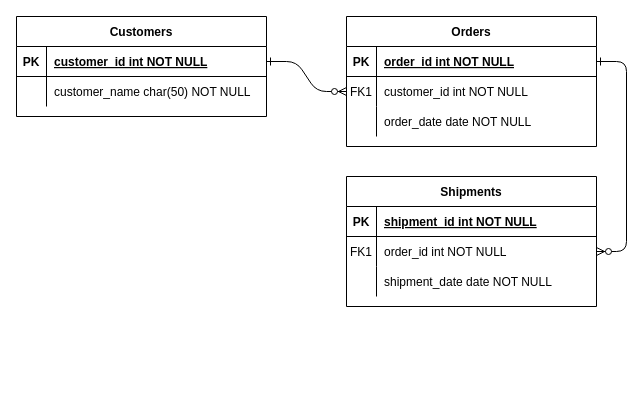
The draw.io diagram quizapp-erd-1st-draft.drawio in akshathakulkarni/QuizApp, before the edit. Source tidied: cells renumbered, new cells numbered last; positions are measured from the earlier drawing's top-left corner, leaving out a move shared by most shapes. Both pictures are drawn from the tidied source at 100%, with x=0, y=0 at pixel (16, 16).
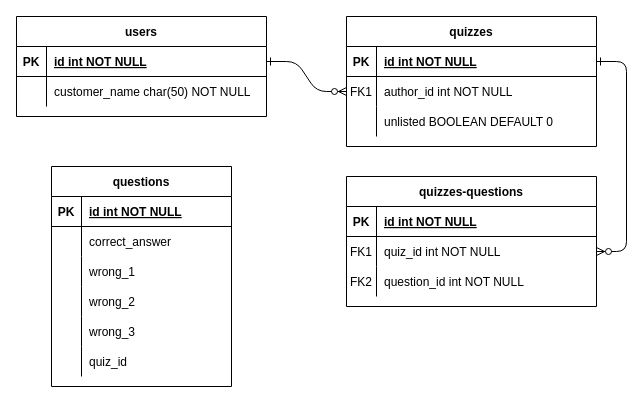
The same diagram, later.

The change refers to these unchanged cells:
```xml
<mxCell id="5" style="shape=partialRectangle;fillColor=none;points=[[0,0.5],[1,0.5]];portConstraint=eastwest;top=0;left=0;right=0;bottom=1;" parent="4" vertex="1">
  <mxGeometry y="30" width="250" height="30" as="geometry" />
</mxCell>
<mxCell id="8" style="shape=partialRectangle;fillColor=none;points=[[0,0.5],[1,0.5]];portConstraint=eastwest;top=0;left=0;right=0;bottom=0;" parent="4" vertex="1">
  <mxGeometry y="60" width="250" height="30" as="geometry" />
</mxCell>
<mxCell id="11" style="shape=partialRectangle;fillColor=none;top=0;left=0;right=0;bottom=0;" parent="4" vertex="1">
  <mxGeometry y="90" width="250" height="30" as="geometry" />
</mxCell>
<mxCell id="15" style="shape=partialRectangle;fillColor=none;top=0;left=0;right=0;bottom=1;" parent="14" vertex="1">
  <mxGeometry y="30" width="250" height="30" as="geometry" />
</mxCell>
<mxCell id="18" style="shape=partialRectangle;fillColor=none;points=[[0,0.5],[1,0.5]];portConstraint=eastwest;top=0;left=0;right=0;bottom=0;" parent="14" vertex="1">
  <mxGeometry y="60" width="250" height="30" as="geometry" />
</mxCell>
<mxCell id="21" style="shape=partialRectangle;fillColor=none;top=0;left=0;right=0;bottom=0;" parent="14" vertex="1">
  <mxGeometry y="90" width="250" height="30" as="geometry" />
</mxCell>
<mxCell id="25" style="shape=partialRectangle;fillColor=none;points=[[0,0.5],[1,0.5]];portConstraint=eastwest;top=0;left=0;right=0;bottom=1;" parent="24" vertex="1">
  <mxGeometry y="30" width="250" height="30" as="geometry" />
</mxCell>
```

What changed in the source:
```diff
@@
-    <mxCell id="4" value="Orders" style="shape=table;startSize=30;childLayout=tableLayout;rowLines=0;fontStyle=1;align=center;" parent="1" vertex="1">
+    <mxCell id="4" value="quizzes" style="shape=table;startSize=30;childLayout=tableLayout;rowLines=0;fontStyle=1;align=center;" parent="1" vertex="1">
       <mxGeometry x="330" width="250" height="130" as="geometry" />
     </mxCell>
@@
-    <mxCell id="7" value="order_id int NOT NULL " style="shape=partialRectangle;overflow=hidden;fillColor=none;top=0;left=0;bottom=0;right=0;align=left;spacingLeft=6;fontStyle=5;" parent="5" vertex="1">
+    <mxCell id="7" value="id int NOT NULL " style="shape=partialRectangle;overflow=hidden;fillColor=none;top=0;left=0;bottom=0;right=0;align=left;spacingLeft=6;fontStyle=5;" parent="5" vertex="1">
       <mxGeometry x="30" width="220" height="30" as="geometry" />
     </mxCell>
@@
-    <mxCell id="10" value="customer_id int NOT NULL" style="shape=partialRectangle;overflow=hidden;fillColor=none;top=0;left=0;bottom=0;right=0;align=left;spacingLeft=6;" parent="8" vertex="1">
+    <mxCell id="10" value="author_id int NOT NULL" style="shape=partialRectangle;overflow=hidden;fillColor=none;top=0;left=0;bottom=0;right=0;align=left;spacingLeft=6;" parent="8" vertex="1">
       <mxGeometry x="30" width="220" height="30" as="geometry" />
     </mxCell>
@@
-    <mxCell id="13" value="order_date date NOT NULL" style="shape=partialRectangle;overflow=hidden;fillColor=none;top=0;left=0;bottom=0;right=0;align=left;spacingLeft=6;" parent="11" vertex="1">
+    <mxCell id="13" value="unlisted BOOLEAN DEFAULT 0" style="shape=partialRectangle;overflow=hidden;fillColor=none;top=0;left=0;bottom=0;right=0;align=left;spacingLeft=6;" parent="11" vertex="1">
       <mxGeometry x="30" width="220" height="30" as="geometry" />
     </mxCell>
-    <mxCell id="14" value="Shipments" style="shape=table;startSize=30;childLayout=tableLayout;rowLines=0;fontStyle=1;align=center;" parent="1" vertex="1">
+    <mxCell id="14" value="quizzes-questions" style="shape=table;startSize=30;childLayout=tableLayout;rowLines=0;fontStyle=1;align=center;" parent="1" vertex="1">
       <mxGeometry x="330" y="160" width="250" height="130" as="geometry" />
     </mxCell>
@@
-    <mxCell id="17" value="shipment_id int NOT NULL " style="shape=partialRectangle;overflow=hidden;fillColor=none;top=0;left=0;bottom=0;right=0;align=left;spacingLeft=6;fontStyle=5;" parent="15" vertex="1">
+    <mxCell id="17" value="id int NOT NULL " style="shape=partialRectangle;overflow=hidden;fillColor=none;top=0;left=0;bottom=0;right=0;align=left;spacingLeft=6;fontStyle=5;" parent="15" vertex="1">
       <mxGeometry x="30" width="220" height="30" as="geometry" />
     </mxCell>
@@
-    <mxCell id="20" value="order_id int NOT NULL" style="shape=partialRectangle;overflow=hidden;fillColor=none;top=0;left=0;bottom=0;right=0;align=left;spacingLeft=6;" parent="18" vertex="1">
+    <mxCell id="20" value="quiz_id int NOT NULL" style="shape=partialRectangle;overflow=hidden;fillColor=none;top=0;left=0;bottom=0;right=0;align=left;spacingLeft=6;" parent="18" vertex="1">
       <mxGeometry x="30" width="220" height="30" as="geometry" />
     </mxCell>
@@
-    <mxCell id="22" style="shape=partialRectangle;overflow=hidden;fillColor=none;top=0;left=0;bottom=0;right=0;" parent="21" vertex="1">
+    <mxCell id="22" value="FK2" style="shape=partialRectangle;overflow=hidden;fillColor=none;top=0;left=0;bottom=0;right=0;" parent="21" vertex="1">
       <mxGeometry width="30" height="30" as="geometry" />
     </mxCell>
-    <mxCell id="23" value="shipment_date date NOT NULL" style="shape=partialRectangle;overflow=hidden;fillColor=none;top=0;left=0;bottom=0;right=0;align=left;spacingLeft=6;" parent="21" vertex="1">
+    <mxCell id="23" value="question_id int NOT NULL" style="shape=partialRectangle;overflow=hidden;fillColor=none;top=0;left=0;bottom=0;right=0;align=left;spacingLeft=6;" parent="21" vertex="1">
       <mxGeometry x="30" width="220" height="30" as="geometry" />
     </mxCell>
-    <mxCell id="24" value="Customers" style="shape=table;startSize=30;childLayout=tableLayout;rowLines=0;fontStyle=1;align=center;" parent="1" vertex="1">
+    <mxCell id="24" value="users" style="shape=table;startSize=30;childLayout=tableLayout;rowLines=0;fontStyle=1;align=center;" parent="1" vertex="1">
       <mxGeometry width="250" height="100" as="geometry" />
     </mxCell>
@@
-    <mxCell id="27" value="customer_id int NOT NULL " style="shape=partialRectangle;overflow=hidden;fillColor=none;top=0;left=0;bottom=0;right=0;align=left;spacingLeft=6;fontStyle=5;" parent="25" vertex="1">
+    <mxCell id="27" value="id int NOT NULL " style="shape=partialRectangle;overflow=hidden;fillColor=none;top=0;left=0;bottom=0;right=0;align=left;spacingLeft=6;fontStyle=5;" parent="25" vertex="1">
       <mxGeometry x="30" width="220" height="30" as="geometry" />
     </mxCell>
@@
+    <mxCell id="31" value="questions" style="shape=table;startSize=30;childLayout=tableLayout;rowLines=0;fontStyle=1;align=center;" parent="1" vertex="1">
+      <mxGeometry x="35" y="150" width="180" height="220" as="geometry" />
+    </mxCell>
+    <mxCell id="32" style="shape=partialRectangle;fillColor=none;top=0;left=0;bottom=1;right=0;" parent="31" vertex="1">
+      <mxGeometry y="30" width="180" height="30" as="geometry" />
+    </mxCell>
+    <mxCell id="33" value="PK" style="shape=partialRectangle;fillColor=none;top=0;left=0;bottom=0;right=0;fontStyle=1;overflow=hidden;" parent="32" vertex="1">
+      <mxGeometry width="30" height="30" as="geometry" />
+    </mxCell>
+    <mxCell id="34" value="id int NOT NULL" style="shape=partialRectangle;fillColor=none;top=0;left=0;bottom=0;right=0;align=left;spacingLeft=6;fontStyle=5;overflow=hidden;" parent="32" vertex="1">
+      <mxGeometry x="30" width="150" height="30" as="geometry" />
+    </mxCell>
+    <mxCell id="35" style="shape=partialRectangle;fillColor=none;top=0;left=0;bottom=0;right=0;" parent="31" vertex="1">
+      <mxGeometry y="60" width="180" height="30" as="geometry" />
+    </mxCell>
+    <mxCell id="36" style="shape=partialRectangle;fillColor=none;top=0;left=0;bottom=0;right=0;overflow=hidden;" parent="35" vertex="1">
+      <mxGeometry width="30" height="30" as="geometry" />
+    </mxCell>
+    <mxCell id="37" value="correct_answer" style="shape=partialRectangle;fillColor=none;top=0;left=0;bottom=0;right=0;align=left;spacingLeft=6;overflow=hidden;" parent="35" vertex="1">
+      <mxGeometry x="30" width="150" height="30" as="geometry" />
+    </mxCell>
+    <mxCell id="38" style="shape=partialRectangle;fillColor=none;top=0;left=0;bottom=0;right=0;" parent="31" vertex="1">
+      <mxGeometry y="90" width="180" height="30" as="geometry" />
+    </mxCell>
+    <mxCell id="39" style="shape=partialRectangle;fillColor=none;top=0;left=0;bottom=0;right=0;overflow=hidden;" parent="38" vertex="1">
+      <mxGeometry width="30" height="30" as="geometry" />
+    </mxCell>
+    <mxCell id="40" value="wrong_1" style="shape=partialRectangle;fillColor=none;top=0;left=0;bottom=0;right=0;align=left;spacingLeft=6;overflow=hidden;" parent="38" vertex="1">
+      <mxGeometry x="30" width="150" height="30" as="geometry" />
+    </mxCell>
+    <mxCell id="41" style="shape=partialRectangle;fillColor=none;top=0;left=0;bottom=0;right=0;" parent="31" vertex="1">
+      <mxGeometry y="120" width="180" height="30" as="geometry" />
+    </mxCell>
+    <mxCell id="42" style="shape=partialRectangle;fillColor=none;top=0;left=0;bottom=0;right=0;overflow=hidden;" parent="41" vertex="1">
+      <mxGeometry width="30" height="30" as="geometry" />
+    </mxCell>
+    <mxCell id="43" value="wrong_2" style="shape=partialRectangle;fillColor=none;top=0;left=0;bottom=0;right=0;align=left;spacingLeft=6;overflow=hidden;" parent="41" vertex="1">
+      <mxGeometry x="30" width="150" height="30" as="geometry" />
+    </mxCell>
+    <mxCell id="44" style="shape=partialRectangle;fillColor=none;top=0;left=0;bottom=0;right=0;" parent="31" vertex="1">
+      <mxGeometry y="150" width="180" height="30" as="geometry" />
+    </mxCell>
+    <mxCell id="45" style="shape=partialRectangle;fillColor=none;top=0;left=0;bottom=0;right=0;overflow=hidden;" parent="44" vertex="1">
+      <mxGeometry width="30" height="30" as="geometry" />
+    </mxCell>
+    <mxCell id="46" value="wrong_3" style="shape=partialRectangle;fillColor=none;top=0;left=0;bottom=0;right=0;align=left;spacingLeft=6;overflow=hidden;" parent="44" vertex="1">
+      <mxGeometry x="30" width="150" height="30" as="geometry" />
+    </mxCell>
+    <mxCell id="47" style="shape=partialRectangle;fillColor=none;top=0;left=0;bottom=0;right=0;" parent="31" vertex="1">
+      <mxGeometry y="180" width="180" height="30" as="geometry" />
+    </mxCell>
+    <mxCell id="48" style="shape=partialRectangle;fillColor=none;top=0;left=0;bottom=0;right=0;overflow=hidden;" parent="47" vertex="1">
+      <mxGeometry width="30" height="30" as="geometry" />
+    </mxCell>
+    <mxCell id="49" value="quiz_id" style="shape=partialRectangle;fillColor=none;top=0;left=0;bottom=0;right=0;align=left;spacingLeft=6;overflow=hidden;" parent="47" vertex="1">
+      <mxGeometry x="30" width="150" height="30" as="geometry" />
+    </mxCell>
```
